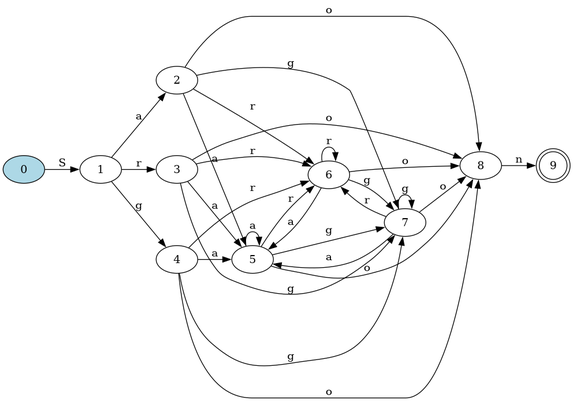
Earlier version of the Graphviz export DFA.png (Daniel-Sima/Clone-of-the-egrep-UNIX-command). Its source is kept beside it as DFA.dot.
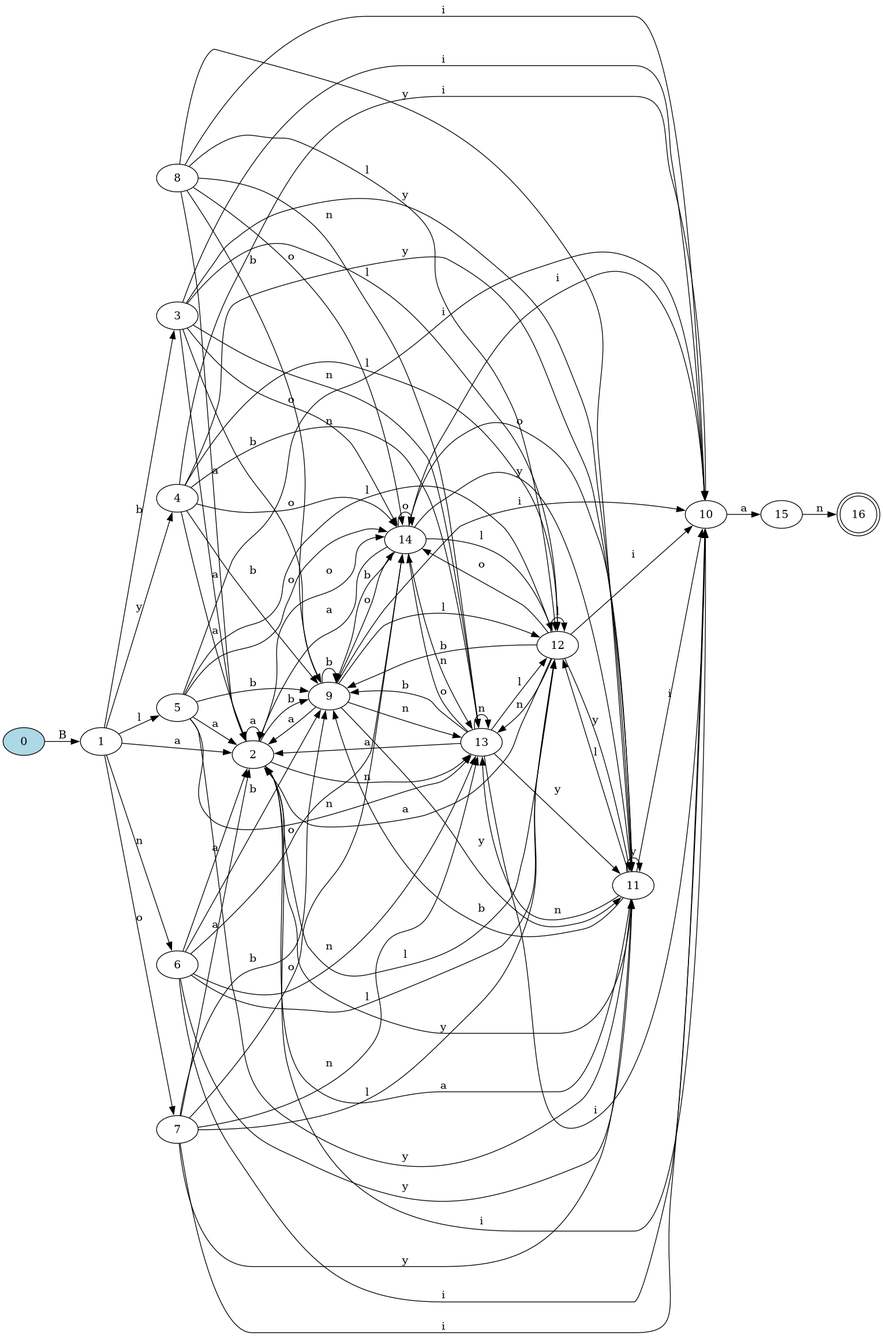
Later version of the same file.

What changed in the source:
```diff
@@ -1,36 +1,100 @@
 digraph {
 	rankdir=LR;
 
-	9 [shape=doublecircle]
+	16 [shape=doublecircle]
 	0 [style=filled, fillcolor="lightblue"]
 
-	0->1 [label= "S"];
+	0->1 [label= "B"];
 	1->2 [label= "a"];
-	1->3 [label= "r"];
-	1->4 [label= "g"];
-	2->5 [label= "a"];
-	2->6 [label= "r"];
-	2->7 [label= "g"];
-	2->8 [label= "o"];
-	3->5 [label= "a"];
-	3->6 [label= "r"];
-	3->7 [label= "g"];
-	3->8 [label= "o"];
-	4->5 [label= "a"];
-	4->6 [label= "r"];
-	4->7 [label= "g"];
-	4->8 [label= "o"];
-	5->5 [label= "a"];
-	5->6 [label= "r"];
-	5->7 [label= "g"];
-	5->8 [label= "o"];
-	6->5 [label= "a"];
-	6->6 [label= "r"];
-	6->7 [label= "g"];
-	6->8 [label= "o"];
-	7->5 [label= "a"];
-	7->6 [label= "r"];
-	7->7 [label= "g"];
-	7->8 [label= "o"];
-	8->9 [label= "n"];
+	1->3 [label= "b"];
+	1->4 [label= "y"];
+	1->5 [label= "l"];
+	1->6 [label= "n"];
+	1->7 [label= "o"];
+	2->2 [label= "a"];
+	2->9 [label= "b"];
+	2->10 [label= "i"];
+	2->11 [label= "y"];
+	2->12 [label= "l"];
+	2->13 [label= "n"];
+	2->14 [label= "o"];
+	3->2 [label= "a"];
+	3->9 [label= "b"];
+	3->10 [label= "i"];
+	3->11 [label= "y"];
+	3->12 [label= "l"];
+	3->13 [label= "n"];
+	3->14 [label= "o"];
+	4->2 [label= "a"];
+	4->9 [label= "b"];
+	4->10 [label= "i"];
+	4->11 [label= "y"];
+	4->12 [label= "l"];
+	4->13 [label= "n"];
+	4->14 [label= "o"];
+	5->2 [label= "a"];
+	5->9 [label= "b"];
+	5->10 [label= "i"];
+	5->11 [label= "y"];
+	5->12 [label= "l"];
+	5->13 [label= "n"];
+	5->14 [label= "o"];
+	6->2 [label= "a"];
+	6->9 [label= "b"];
+	6->10 [label= "i"];
+	6->11 [label= "y"];
+	6->12 [label= "l"];
+	6->13 [label= "n"];
+	6->14 [label= "o"];
+	7->2 [label= "a"];
+	7->9 [label= "b"];
+	7->10 [label= "i"];
+	7->11 [label= "y"];
+	7->12 [label= "l"];
+	7->13 [label= "n"];
+	7->14 [label= "o"];
+	8->2 [label= "a"];
+	8->9 [label= "b"];
+	8->10 [label= "i"];
+	8->11 [label= "y"];
+	8->12 [label= "l"];
+	8->13 [label= "n"];
+	8->14 [label= "o"];
+	9->2 [label= "a"];
+	9->9 [label= "b"];
+	9->10 [label= "i"];
+	9->11 [label= "y"];
+	9->12 [label= "l"];
+	9->13 [label= "n"];
+	9->14 [label= "o"];
+	10->15 [label= "a"];
+	11->2 [label= "a"];
+	11->9 [label= "b"];
+	11->10 [label= "i"];
+	11->11 [label= "y"];
+	11->12 [label= "l"];
+	11->13 [label= "n"];
+	11->14 [label= "o"];
+	12->2 [label= "a"];
+	12->9 [label= "b"];
+	12->10 [label= "i"];
+	12->11 [label= "y"];
+	12->12 [label= "l"];
+	12->13 [label= "n"];
+	12->14 [label= "o"];
+	13->2 [label= "a"];
+	13->9 [label= "b"];
+	13->10 [label= "i"];
+	13->11 [label= "y"];
+	13->12 [label= "l"];
+	13->13 [label= "n"];
+	13->14 [label= "o"];
+	14->2 [label= "a"];
+	14->9 [label= "b"];
+	14->10 [label= "i"];
+	14->11 [label= "y"];
+	14->12 [label= "l"];
+	14->13 [label= "n"];
+	14->14 [label= "o"];
+	15->16 [label= "n"];
 }
```
